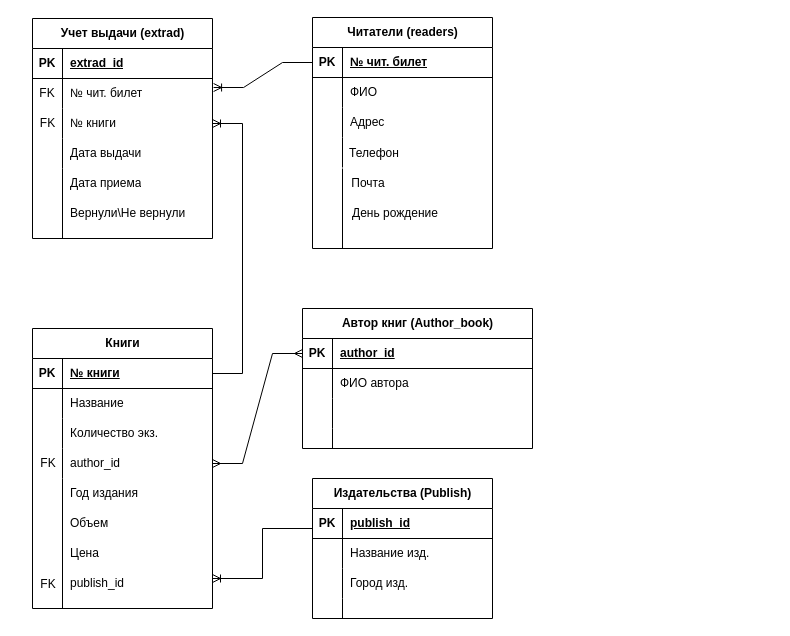
Earlier version of the draw.io diagram task_2.1/ЛогМод.drawio (grintvl/de_study). Source tidied: cells renumbered, new cells numbered last; positions are measured from the earlier drawing's top-left corner, leaving out a move shared by most shapes. Both pictures are drawn from the tidied source at 100%, with x=0, y=0 at pixel (-38, 17).
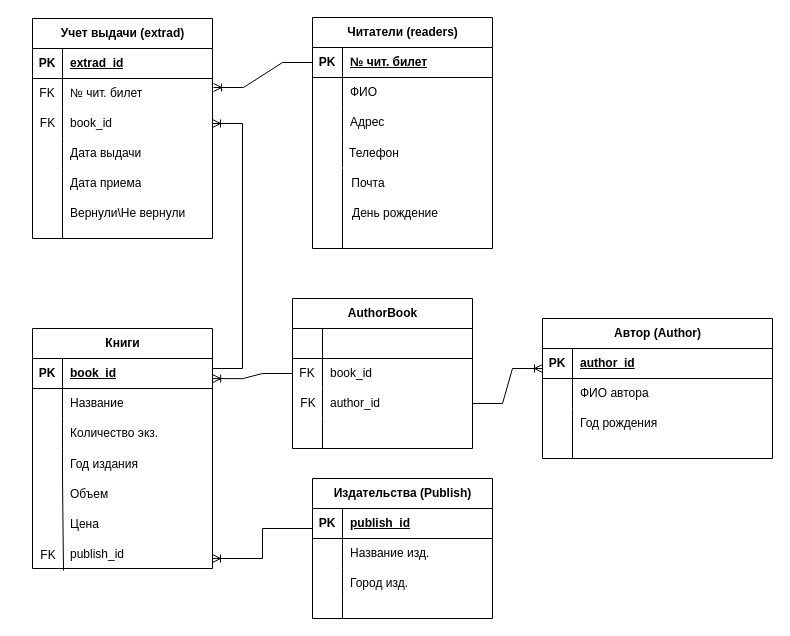
The same diagram, later.

Unchanged cells that the change refers to:
```xml
<mxCell id="16" style="shape=tableRow;horizontal=0;startSize=0;swimlaneHead=0;swimlaneBody=0;fillColor=none;points=[[0,0.5],[1,0.5]];portConstraint=eastwest;top=0;left=0;right=0;bottom=1;" parent="15" vertex="1">
  <mxGeometry y="30" width="180" height="30" as="geometry" />
</mxCell>
<mxCell id="25" style="shape=tableRow;horizontal=0;startSize=0;swimlaneHead=0;swimlaneBody=0;fillColor=none;points=[[0,0.5],[1,0.5]];portConstraint=eastwest;top=0;left=0;right=0;bottom=0;" parent="15" vertex="1">
  <mxGeometry y="120" width="180" height="30" as="geometry" />
</mxCell>
<mxCell id="29" style="shape=tableRow;horizontal=0;startSize=0;swimlaneHead=0;swimlaneBody=0;fillColor=none;points=[[0,0.5],[1,0.5]];portConstraint=eastwest;top=0;left=0;right=0;bottom=1;" parent="28" vertex="1">
  <mxGeometry y="30" width="180" height="30" as="geometry" />
</mxCell>
<mxCell id="55" style="shape=tableRow;horizontal=0;startSize=0;swimlaneHead=0;swimlaneBody=0;fillColor=none;points=[[0,0.5],[1,0.5]];portConstraint=eastwest;top=0;left=0;right=0;bottom=0;" parent="48" vertex="1">
  <mxGeometry y="90" width="180" height="30" as="geometry" />
</mxCell>
<mxCell id="71" style="shape=tableRow;horizontal=0;startSize=0;swimlaneHead=0;swimlaneBody=0;fillColor=none;points=[[0,0.5],[1,0.5]];portConstraint=eastwest;top=0;left=0;right=0;bottom=1;" parent="70" vertex="1">
  <mxGeometry y="30" width="230" height="30" as="geometry" />
</mxCell>
<mxCell id="77" style="shape=tableRow;horizontal=0;startSize=0;swimlaneHead=0;swimlaneBody=0;fillColor=none;top=0;left=0;right=0;bottom=0;" parent="70" vertex="1">
  <mxGeometry y="90" width="230" height="30" as="geometry" />
</mxCell>
```

The edit, as a diff of the source:
```diff
@@
     <mxCell id="15" value="Книги" style="shape=table;startSize=30;childLayout=tableLayout;rowLines=0;fontStyle=1;align=center;html=1;" parent="1" vertex="1">
-      <mxGeometry x="70" y="311" width="180" height="280" as="geometry" />
+      <mxGeometry x="70" y="311" width="180" height="240" as="geometry" />
     </mxCell>
@@
-    <mxCell id="18" value="№ книги" style="shape=partialRectangle;fillColor=none;top=0;left=0;bottom=0;right=0;align=left;spacingLeft=6;fontStyle=5;overflow=hidden;whiteSpace=wrap;html=1;" parent="16" vertex="1">
+    <mxCell id="18" value="book_id" style="shape=partialRectangle;fillColor=none;top=0;left=0;bottom=0;right=0;align=left;spacingLeft=6;fontStyle=5;overflow=hidden;whiteSpace=wrap;html=1;" parent="16" vertex="1">
       <mxGeometry x="30" width="150" height="30" as="geometry" />
     </mxCell>
@@
-    <mxCell id="27" value="author_id" style="shape=partialRectangle;fillColor=none;top=0;left=0;bottom=0;right=0;align=left;spacingLeft=6;overflow=hidden;whiteSpace=wrap;html=1;" parent="25" vertex="1">
+    <mxCell id="27" style="shape=partialRectangle;fillColor=none;top=0;left=0;bottom=0;right=0;align=left;spacingLeft=6;overflow=hidden;whiteSpace=wrap;html=1;" parent="25" vertex="1">
       <mxGeometry x="30" width="150" height="30" as="geometry" />
     </mxCell>
@@
     <mxCell id="43" value="Год издания" style="shape=partialRectangle;fillColor=none;top=0;left=0;bottom=0;right=0;align=left;spacingLeft=6;overflow=hidden;whiteSpace=wrap;html=1;" parent="1" vertex="1">
-      <mxGeometry x="100" y="461" width="150" height="30" as="geometry" />
+      <mxGeometry x="100" y="432" width="150" height="30" as="geometry" />
     </mxCell>
     <mxCell id="44" value="Объем" style="shape=partialRectangle;fillColor=none;top=0;left=0;bottom=0;right=0;align=left;spacingLeft=6;overflow=hidden;whiteSpace=wrap;html=1;" parent="1" vertex="1">
-      <mxGeometry x="100" y="491" width="150" height="30" as="geometry" />
+      <mxGeometry x="100" y="462" width="150" height="30" as="geometry" />
     </mxCell>
     <mxCell id="45" value="Цена" style="shape=partialRectangle;fillColor=none;top=0;left=0;bottom=0;right=0;align=left;spacingLeft=6;overflow=hidden;whiteSpace=wrap;html=1;" parent="1" vertex="1">
-      <mxGeometry x="100" y="521" width="150" height="30" as="geometry" />
+      <mxGeometry x="100" y="492" width="150" height="30" as="geometry" />
     </mxCell>
@@
-    <mxCell id="47" style="endArrow=none;html=1;rounded=0;" parent="1" edge="1">
+    <mxCell id="47" style="endArrow=none;html=1;rounded=0;exitX=0.75;exitY=1;exitDx=0;exitDy=0;" parent="1" edge="1" source="69">
       <mxGeometry relative="1" as="geometry">
-        <mxPoint x="100" y="591" as="sourcePoint" />
         <mxPoint x="100" y="461" as="targetPoint" />
       </mxGeometry>
     </mxCell>
@@
-    <mxCell id="57" value="№ книги" style="shape=partialRectangle;fillColor=none;top=0;left=0;bottom=0;right=0;align=left;spacingLeft=6;overflow=hidden;whiteSpace=wrap;html=1;" parent="55" vertex="1">
+    <mxCell id="57" value="book_id" style="shape=partialRectangle;fillColor=none;top=0;left=0;bottom=0;right=0;align=left;spacingLeft=6;overflow=hidden;whiteSpace=wrap;html=1;" parent="55" vertex="1">
       <mxGeometry x="30" width="150" height="30" as="geometry" />
     </mxCell>
@@
     <mxCell id="68" value="publish_id" style="shape=partialRectangle;fillColor=none;top=0;left=0;bottom=0;right=0;align=left;spacingLeft=6;overflow=hidden;whiteSpace=wrap;html=1;" parent="1" vertex="1">
-      <mxGeometry x="100" y="551" width="150" height="30" as="geometry" />
+      <mxGeometry x="100" y="522" width="150" height="30" as="geometry" />
     </mxCell>
     <mxCell id="69" value="FK" style="text;html=1;strokeColor=none;fillColor=none;align=center;verticalAlign=middle;whiteSpace=wrap;rounded=0;" parent="1" vertex="1">
-      <mxGeometry x="56" y="552" width="60" height="30" as="geometry" />
+      <mxGeometry x="56" y="523" width="60" height="30" as="geometry" />
     </mxCell>
-    <mxCell id="70" value="Автор книг (Author_book)" style="shape=table;startSize=30;childLayout=tableLayout;rowLines=0;fontStyle=1;align=center;html=1;" parent="1" vertex="1">
-      <mxGeometry x="340" y="291" width="230" height="140" as="geometry" />
+    <mxCell id="70" value="Автор (Author)" style="shape=table;startSize=30;childLayout=tableLayout;rowLines=0;fontStyle=1;align=center;html=1;" parent="1" vertex="1">
+      <mxGeometry x="580" y="301" width="230" height="140" as="geometry" />
     </mxCell>
@@
-    <mxCell id="79" style="shape=partialRectangle;fillColor=none;top=0;left=0;bottom=0;right=0;align=left;spacingLeft=6;overflow=hidden;whiteSpace=wrap;html=1;" parent="77" vertex="1">
+    <mxCell id="79" value="Год рождения" style="shape=partialRectangle;fillColor=none;top=0;left=0;bottom=0;right=0;align=left;spacingLeft=6;overflow=hidden;whiteSpace=wrap;html=1;" parent="77" vertex="1">
       <mxGeometry x="30" width="200" height="30" as="geometry" />
     </mxCell>
@@
-    <mxCell id="83" value="FK" style="text;html=1;strokeColor=none;fillColor=none;align=center;verticalAlign=middle;whiteSpace=wrap;rounded=0;" parent="1" vertex="1">
-      <mxGeometry x="56" y="431" width="60" height="30" as="geometry" />
-    </mxCell>
@@
-    <mxCell id="85" style="edgeStyle=entityRelationEdgeStyle;fontSize=12;html=1;endArrow=ERoneToMany;rounded=0;exitX=1;exitY=0.5;exitDx=0;exitDy=0;" parent="1" edge="1" source="16" target="55">
+    <mxCell id="85" style="edgeStyle=entityRelationEdgeStyle;fontSize=12;html=1;endArrow=ERoneToMany;rounded=0;" parent="1" edge="1" target="55">
       <mxGeometry relative="1" as="geometry">
+        <mxPoint x="250" y="351" as="sourcePoint" />
         <Array as="points">
+          <mxPoint x="270" y="341" />
+          <mxPoint x="260" y="341" />
           <mxPoint x="10" y="451" />
           <mxPoint y="291" />
           <mxPoint x="30" y="241" />
           <mxPoint y="271" />
           <mxPoint x="20" y="451" />
         </Array>
       </mxGeometry>
     </mxCell>
-    <mxCell id="86" style="edgeStyle=entityRelationEdgeStyle;fontSize=12;html=1;endArrow=ERmany;startArrow=ERmany;rounded=0;exitX=1;exitY=0.5;exitDx=0;exitDy=0;entryX=0;entryY=0.5;entryDx=0;entryDy=0;" parent="1" edge="1" source="25" target="71">
-      <mxGeometry relative="1" as="geometry" />
-    </mxCell>
     <mxCell id="87" style="edgeStyle=orthogonalEdgeStyle;fontSize=12;html=1;endArrow=ERoneToMany;rounded=0;exitX=0;exitY=0.5;exitDx=0;exitDy=0;" parent="1" edge="1" source="29">
       <mxGeometry relative="1" as="geometry">
-        <mxPoint x="250" y="561" as="targetPoint" />
+        <mxPoint x="250" y="541" as="targetPoint" />
         <Array as="points">
           <mxPoint x="350" y="511" />
           <mxPoint x="300" y="511" />
-          <mxPoint x="300" y="561" />
+          <mxPoint x="300" y="541" />
         </Array>
       </mxGeometry>
     </mxCell>
+    <mxCell id="88" value="AuthorBook" style="shape=table;startSize=30;childLayout=tableLayout;rowLines=0;fontStyle=1;align=center;html=1;" parent="1" vertex="1">
+      <mxGeometry x="330" y="281" width="180" height="150" as="geometry" />
+    </mxCell>
+    <mxCell id="89" style="shape=tableRow;horizontal=0;startSize=0;swimlaneHead=0;swimlaneBody=0;fillColor=none;top=0;left=0;right=0;bottom=1;" parent="88" vertex="1">
+      <mxGeometry y="30" width="180" height="30" as="geometry" />
+    </mxCell>
+    <mxCell id="90" style="shape=partialRectangle;fillColor=none;top=0;left=0;bottom=0;right=0;fontStyle=1;overflow=hidden;whiteSpace=wrap;html=1;" parent="89" vertex="1">
+      <mxGeometry width="30" height="30" as="geometry" />
+    </mxCell>
+    <mxCell id="91" style="shape=partialRectangle;fillColor=none;top=0;left=0;bottom=0;right=0;align=left;spacingLeft=6;fontStyle=5;overflow=hidden;whiteSpace=wrap;html=1;" parent="89" vertex="1">
+      <mxGeometry x="30" width="150" height="30" as="geometry" />
+    </mxCell>
+    <mxCell id="92" style="shape=tableRow;horizontal=0;startSize=0;swimlaneHead=0;swimlaneBody=0;fillColor=none;top=0;left=0;right=0;bottom=0;" parent="88" vertex="1">
+      <mxGeometry y="60" width="180" height="30" as="geometry" />
+    </mxCell>
+    <mxCell id="93" style="shape=partialRectangle;fillColor=none;top=0;left=0;bottom=0;right=0;overflow=hidden;whiteSpace=wrap;html=1;" parent="92" vertex="1">
+      <mxGeometry width="30" height="30" as="geometry" />
+    </mxCell>
+    <mxCell id="94" value="book_id" style="shape=partialRectangle;fillColor=none;top=0;left=0;bottom=0;right=0;align=left;spacingLeft=6;overflow=hidden;whiteSpace=wrap;html=1;" parent="92" vertex="1">
+      <mxGeometry x="30" width="150" height="30" as="geometry" />
+    </mxCell>
+    <mxCell id="95" style="shape=tableRow;horizontal=0;startSize=0;swimlaneHead=0;swimlaneBody=0;fillColor=none;points=[[0,0.5],[1,0.5]];portConstraint=eastwest;top=0;left=0;right=0;bottom=0;" parent="88" vertex="1">
+      <mxGeometry y="90" width="180" height="30" as="geometry" />
+    </mxCell>
+    <mxCell id="96" style="shape=partialRectangle;fillColor=none;top=0;left=0;bottom=0;right=0;overflow=hidden;whiteSpace=wrap;html=1;" parent="95" vertex="1">
+      <mxGeometry width="30" height="30" as="geometry" />
+    </mxCell>
+    <mxCell id="97" value="author_id" style="shape=partialRectangle;fillColor=none;top=0;left=0;bottom=0;right=0;align=left;spacingLeft=6;overflow=hidden;whiteSpace=wrap;html=1;" parent="95" vertex="1">
+      <mxGeometry x="30" width="150" height="30" as="geometry" />
+    </mxCell>
+    <mxCell id="98" style="shape=tableRow;horizontal=0;startSize=0;swimlaneHead=0;swimlaneBody=0;fillColor=none;top=0;left=0;right=0;bottom=0;" parent="88" vertex="1">
+      <mxGeometry y="120" width="180" height="30" as="geometry" />
+    </mxCell>
+    <mxCell id="99" style="shape=partialRectangle;fillColor=none;top=0;left=0;bottom=0;right=0;overflow=hidden;whiteSpace=wrap;html=1;" parent="98" vertex="1">
+      <mxGeometry width="30" height="30" as="geometry" />
+    </mxCell>
+    <mxCell id="100" style="shape=partialRectangle;fillColor=none;top=0;left=0;bottom=0;right=0;align=left;spacingLeft=6;overflow=hidden;whiteSpace=wrap;html=1;" parent="98" vertex="1">
+      <mxGeometry x="30" width="150" height="30" as="geometry" />
+    </mxCell>
+    <mxCell id="101" value="FK" style="text;html=1;strokeColor=none;fillColor=none;align=center;verticalAlign=middle;whiteSpace=wrap;rounded=0;" parent="1" vertex="1">
+      <mxGeometry x="330" y="341" width="30" height="30" as="geometry" />
+    </mxCell>
+    <mxCell id="102" value="FK" style="text;html=1;strokeColor=none;fillColor=none;align=center;verticalAlign=middle;whiteSpace=wrap;rounded=0;" parent="1" vertex="1">
+      <mxGeometry x="316" y="371" width="60" height="30" as="geometry" />
+    </mxCell>
+    <mxCell id="103" style="edgeStyle=entityRelationEdgeStyle;fontSize=12;html=1;endArrow=ERoneToMany;rounded=0;entryX=1.001;entryY=0.671;entryDx=0;entryDy=0;entryPerimeter=0;" parent="1" edge="1" source="101" target="16">
+      <mxGeometry relative="1" as="geometry">
+        <Array as="points">
+          <mxPoint x="310" y="381" />
+          <mxPoint x="300" y="351" />
+          <mxPoint x="250" y="361" />
+          <mxPoint x="260" y="371" />
+          <mxPoint x="290" y="371" />
+          <mxPoint x="280" y="381" />
+        </Array>
+      </mxGeometry>
+    </mxCell>
+    <mxCell id="104" style="edgeStyle=entityRelationEdgeStyle;fontSize=12;html=1;endArrow=ERoneToMany;rounded=0;exitX=1;exitY=0.5;exitDx=0;exitDy=0;" parent="1" edge="1" source="95">
+      <mxGeometry relative="1" as="geometry">
+        <mxPoint x="580" y="351" as="targetPoint" />
+      </mxGeometry>
+    </mxCell>
```
